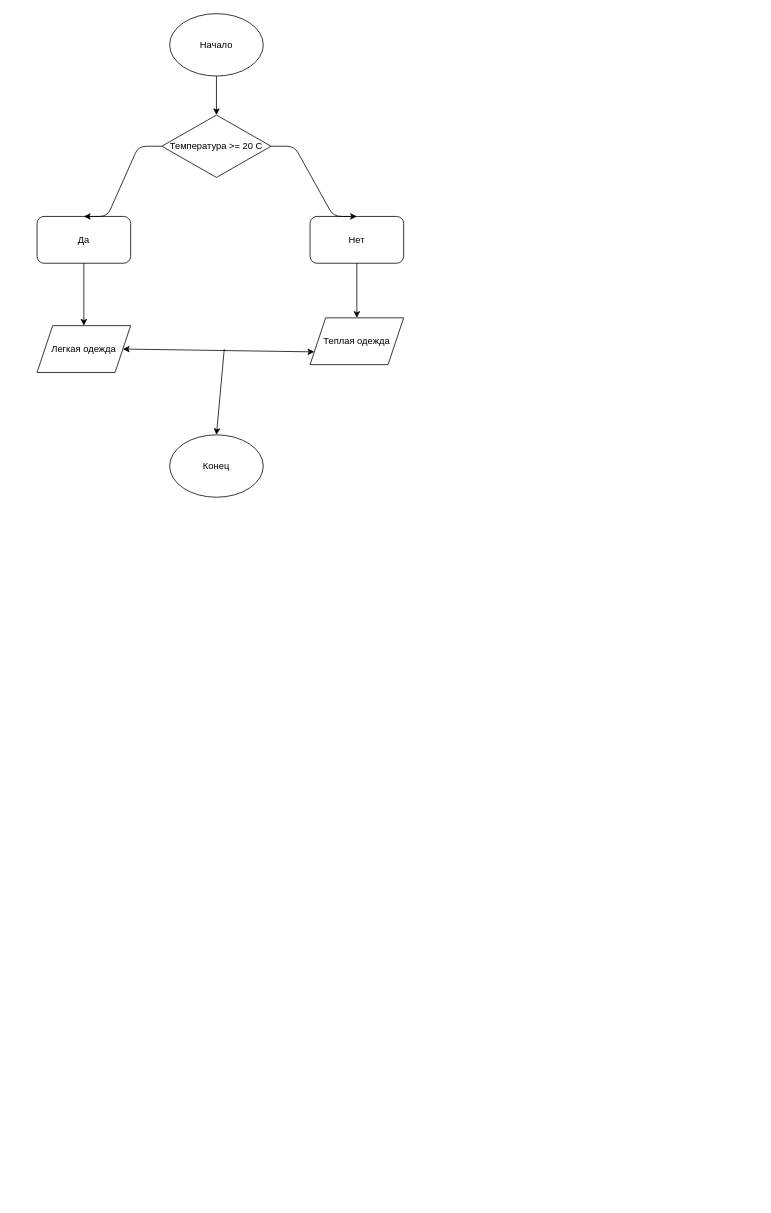
Earlier version of the draw.io diagram diagrams/step3.drawio (anubis3333333333/I10). Source tidied: cells renumbered, new cells numbered last; positions are measured from the earlier drawing's top-left corner, leaving out a move shared by most shapes. Both pictures are drawn from the tidied source at 78%, with x=0, y=0 at pixel (37, 13).
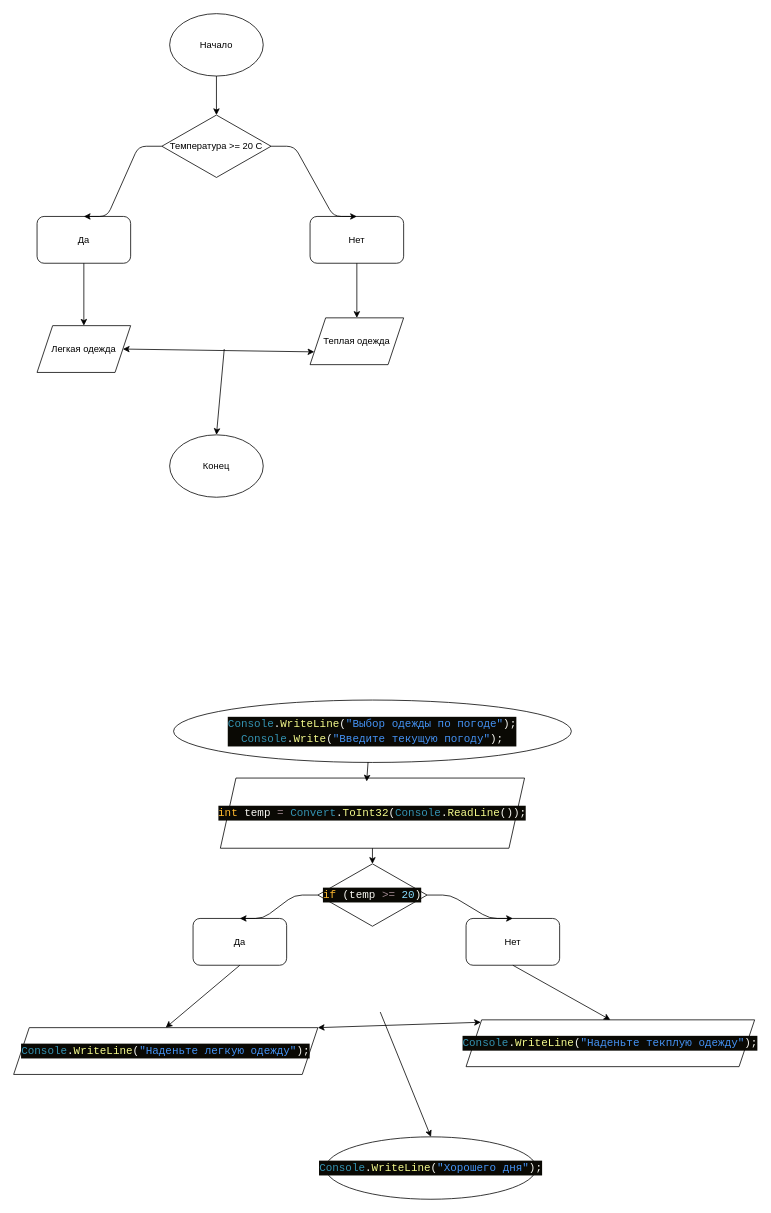
After the change.

Commit message (it also covers changes not shown here):
full step3

Change to the diagram source:
```diff
@@
+    <mxCell id="16" value="&lt;div style=&quot;color: rgb(248, 248, 242); background-color: rgb(10, 9, 4); font-family: Consolas, &amp;quot;Courier New&amp;quot;, monospace; font-size: 14px; line-height: 19px; white-space: pre;&quot;&gt;&lt;div&gt;&lt;span style=&quot;color: #3492b1;&quot;&gt;Console&lt;/span&gt;&lt;span style=&quot;color: #f8f8f2;&quot;&gt;.&lt;/span&gt;&lt;span style=&quot;color: #f4fa8c;&quot;&gt;WriteLine&lt;/span&gt;&lt;span style=&quot;color: #f8f8f2;&quot;&gt;(&lt;/span&gt;&lt;span style=&quot;color: #4593f5;&quot;&gt;&quot;Выбор одежды по погоде&quot;&lt;/span&gt;&lt;span style=&quot;color: #f8f8f2;&quot;&gt;);&lt;/span&gt;&lt;/div&gt;&lt;div&gt;&lt;span style=&quot;color: #3492b1;&quot;&gt;Console&lt;/span&gt;&lt;span style=&quot;color: #f8f8f2;&quot;&gt;.&lt;/span&gt;&lt;span style=&quot;color: #f4fa8c;&quot;&gt;Write&lt;/span&gt;&lt;span style=&quot;color: #f8f8f2;&quot;&gt;(&lt;/span&gt;&lt;span style=&quot;color: #4593f5;&quot;&gt;&quot;Введите текущую погоду&quot;&lt;/span&gt;&lt;span style=&quot;color: #f8f8f2;&quot;&gt;);&lt;/span&gt;&lt;/div&gt;&lt;/div&gt;" style="ellipse;whiteSpace=wrap;html=1;shapeInside=1;" parent="1" vertex="1">
+      <mxGeometry x="175" y="880" width="510" height="80" as="geometry" />
+    </mxCell>
+    <mxCell id="17" value="&lt;div style=&quot;color: rgb(248, 248, 242); background-color: rgb(10, 9, 4); font-family: Consolas, &amp;quot;Courier New&amp;quot;, monospace; font-size: 14px; line-height: 19px; white-space: pre;&quot;&gt;&lt;span style=&quot;color: #ffba2f;&quot;&gt;if&lt;/span&gt;&lt;span style=&quot;color: #f8f8f2;&quot;&gt; (temp &lt;/span&gt;&lt;span style=&quot;color: #a28a92;&quot;&gt;&amp;gt;=&lt;/span&gt;&lt;span style=&quot;color: #f8f8f2;&quot;&gt; &lt;/span&gt;&lt;span style=&quot;color: #86dbfd;&quot;&gt;20&lt;/span&gt;&lt;span style=&quot;color: #f8f8f2;&quot;&gt;)&lt;/span&gt;&lt;/div&gt;" style="rhombus;whiteSpace=wrap;html=1;shapeInside=1;" parent="1" vertex="1">
+      <mxGeometry x="360" y="1090" width="140" height="80" as="geometry" />
+    </mxCell>
+    <mxCell id="18" value="Да" style="rounded=1;whiteSpace=wrap;html=1;roundedPerimeter=1;" parent="1" vertex="1">
+      <mxGeometry x="200" y="1160" width="120" height="60" as="geometry" />
+    </mxCell>
+    <mxCell id="19" value="Нет" style="rounded=1;whiteSpace=wrap;html=1;roundedPerimeter=1;" parent="1" vertex="1">
+      <mxGeometry x="550" y="1160" width="120" height="60" as="geometry" />
+    </mxCell>
+    <mxCell id="20" value="&lt;div style=&quot;color: rgb(248, 248, 242); background-color: rgb(10, 9, 4); font-family: Consolas, &amp;quot;Courier New&amp;quot;, monospace; font-size: 14px; line-height: 19px; white-space: pre;&quot;&gt;&lt;span style=&quot;color: #3492b1;&quot;&gt;Console&lt;/span&gt;&lt;span style=&quot;color: #f8f8f2;&quot;&gt;.&lt;/span&gt;&lt;span style=&quot;color: #f4fa8c;&quot;&gt;WriteLine&lt;/span&gt;&lt;span style=&quot;color: #f8f8f2;&quot;&gt;(&lt;/span&gt;&lt;span style=&quot;color: #4593f5;&quot;&gt;&quot;Наденьте легкую одежду&quot;&lt;/span&gt;&lt;span style=&quot;color: #f8f8f2;&quot;&gt;);&lt;/span&gt;&lt;/div&gt;" style="shape=parallelogram;perimeter=parallelogramPerimeter;whiteSpace=wrap;html=1;shapeInside=1;fixedSize=1;" parent="1" vertex="1">
+      <mxGeometry x="-30" y="1300" width="390" height="60" as="geometry" />
+    </mxCell>
+    <mxCell id="21" value="&lt;div style=&quot;color: rgb(248, 248, 242); background-color: rgb(10, 9, 4); font-family: Consolas, &amp;quot;Courier New&amp;quot;, monospace; font-size: 14px; line-height: 19px; white-space: pre;&quot;&gt;&lt;span style=&quot;color: #3492b1;&quot;&gt;Console&lt;/span&gt;&lt;span style=&quot;color: #f8f8f2;&quot;&gt;.&lt;/span&gt;&lt;span style=&quot;color: #f4fa8c;&quot;&gt;WriteLine&lt;/span&gt;&lt;span style=&quot;color: #f8f8f2;&quot;&gt;(&lt;/span&gt;&lt;span style=&quot;color: #4593f5;&quot;&gt;&quot;Наденьте текплую одежду&quot;&lt;/span&gt;&lt;span style=&quot;color: #f8f8f2;&quot;&gt;);&lt;/span&gt;&lt;/div&gt;" style="shape=parallelogram;perimeter=parallelogramPerimeter;whiteSpace=wrap;html=1;shapeInside=1;fixedSize=1;" parent="1" vertex="1">
+      <mxGeometry x="550" y="1290" width="370" height="60" as="geometry" />
+    </mxCell>
+    <mxCell id="22" value="&lt;div style=&quot;color: rgb(248, 248, 242); background-color: rgb(10, 9, 4); font-family: Consolas, &amp;quot;Courier New&amp;quot;, monospace; font-size: 14px; line-height: 19px; white-space: pre;&quot;&gt;&lt;span style=&quot;color: #3492b1;&quot;&gt;Console&lt;/span&gt;&lt;span style=&quot;color: #f8f8f2;&quot;&gt;.&lt;/span&gt;&lt;span style=&quot;color: #f4fa8c;&quot;&gt;WriteLine&lt;/span&gt;&lt;span style=&quot;color: #f8f8f2;&quot;&gt;(&lt;/span&gt;&lt;span style=&quot;color: #4593f5;&quot;&gt;&quot;Хорошего дня&quot;&lt;/span&gt;&lt;span style=&quot;color: #f8f8f2;&quot;&gt;);&lt;/span&gt;&lt;/div&gt;" style="ellipse;whiteSpace=wrap;html=1;shapeInside=1;" parent="1" vertex="1">
+      <mxGeometry x="370" y="1440" width="270" height="80" as="geometry" />
+    </mxCell>
+    <mxCell id="23" style="endArrow=classic;html=1;exitX=1;exitY=0.5;exitDx=0;exitDy=0;edgeStyle=entityRelationEdgeStyle;entryX=0.5;entryY=0;entryDx=0;entryDy=0;" parent="1" edge="1" source="17" target="19">
+      <mxGeometry relative="1" as="geometry" />
+    </mxCell>
+    <mxCell id="24" style="endArrow=classic;html=1;exitX=0;exitY=0.5;exitDx=0;exitDy=0;edgeStyle=entityRelationEdgeStyle;entryX=0.5;entryY=0;entryDx=0;entryDy=0;" parent="1" edge="1" source="17" target="18">
+      <mxGeometry relative="1" as="geometry" />
+    </mxCell>
+    <mxCell id="25" style="endArrow=classic;html=1;exitX=0.5;exitY=1;exitDx=0;exitDy=0;entryX=0.5;entryY=0;entryDx=0;entryDy=0;" parent="1" edge="1" source="18" target="20">
+      <mxGeometry relative="1" as="geometry" />
+    </mxCell>
+    <mxCell id="26" style="endArrow=classic;html=1;exitX=0.5;exitY=1;exitDx=0;exitDy=0;entryX=0.5;entryY=0;entryDx=0;entryDy=0;" parent="1" edge="1" source="19" target="21">
+      <mxGeometry relative="1" as="geometry" />
+    </mxCell>
+    <mxCell id="27" style="endArrow=classic;startArrow=classic;html=1;entryX=0;entryY=0;entryDx=0;entryDy=0;exitX=1;exitY=0;exitDx=0;exitDy=0;" parent="1" edge="1" source="20" target="21">
+      <mxGeometry relative="1" as="geometry" />
+    </mxCell>
+    <mxCell id="28" style="endArrow=classic;html=1;entryX=0.5;entryY=0;entryDx=0;entryDy=0;" parent="1" edge="1" target="22">
+      <mxGeometry relative="1" as="geometry">
+        <mxPoint x="440" y="1280" as="sourcePoint" />
+      </mxGeometry>
+    </mxCell>
+    <mxCell id="29" value="&lt;div style=&quot;color: rgb(248, 248, 242); background-color: rgb(10, 9, 4); font-family: Consolas, &amp;quot;Courier New&amp;quot;, monospace; font-size: 14px; line-height: 19px; white-space: pre;&quot;&gt;&lt;span style=&quot;color: #ffba2f;&quot;&gt;int&lt;/span&gt;&lt;span style=&quot;color: #f8f8f2;&quot;&gt; temp &lt;/span&gt;&lt;span style=&quot;color: #a28a92;&quot;&gt;=&lt;/span&gt;&lt;span style=&quot;color: #f8f8f2;&quot;&gt; &lt;/span&gt;&lt;span style=&quot;color: #3492b1;&quot;&gt;Convert&lt;/span&gt;&lt;span style=&quot;color: #f8f8f2;&quot;&gt;.&lt;/span&gt;&lt;span style=&quot;color: #f4fa8c;&quot;&gt;ToInt32&lt;/span&gt;&lt;span style=&quot;color: #f8f8f2;&quot;&gt;(&lt;/span&gt;&lt;span style=&quot;color: #3492b1;&quot;&gt;Console&lt;/span&gt;&lt;span style=&quot;color: #f8f8f2;&quot;&gt;.&lt;/span&gt;&lt;span style=&quot;color: #f4fa8c;&quot;&gt;ReadLine&lt;/span&gt;&lt;span style=&quot;color: #f8f8f2;&quot;&gt;());&lt;/span&gt;&lt;/div&gt;" style="shape=parallelogram;perimeter=parallelogramPerimeter;whiteSpace=wrap;html=1;shapeInside=1;fixedSize=1;" parent="1" vertex="1">
+      <mxGeometry x="235" y="980" width="390" height="90" as="geometry" />
+    </mxCell>
+    <mxCell id="30" style="endArrow=classic;html=1;exitX=0.5;exitY=1;exitDx=0;exitDy=0;entryX=0.5;entryY=0;entryDx=0;entryDy=0;" parent="1" edge="1" source="29" target="17">
+      <mxGeometry relative="1" as="geometry" />
+    </mxCell>
+    <mxCell id="31" style="endArrow=classic;html=1;entryX=0.481;entryY=0.049;entryDx=0;entryDy=0;entryPerimeter=0;exitX=0.489;exitY=0.993;exitDx=0;exitDy=0;exitPerimeter=0;" parent="1" edge="1" source="16" target="29">
+      <mxGeometry relative="1" as="geometry" />
+    </mxCell>
```
